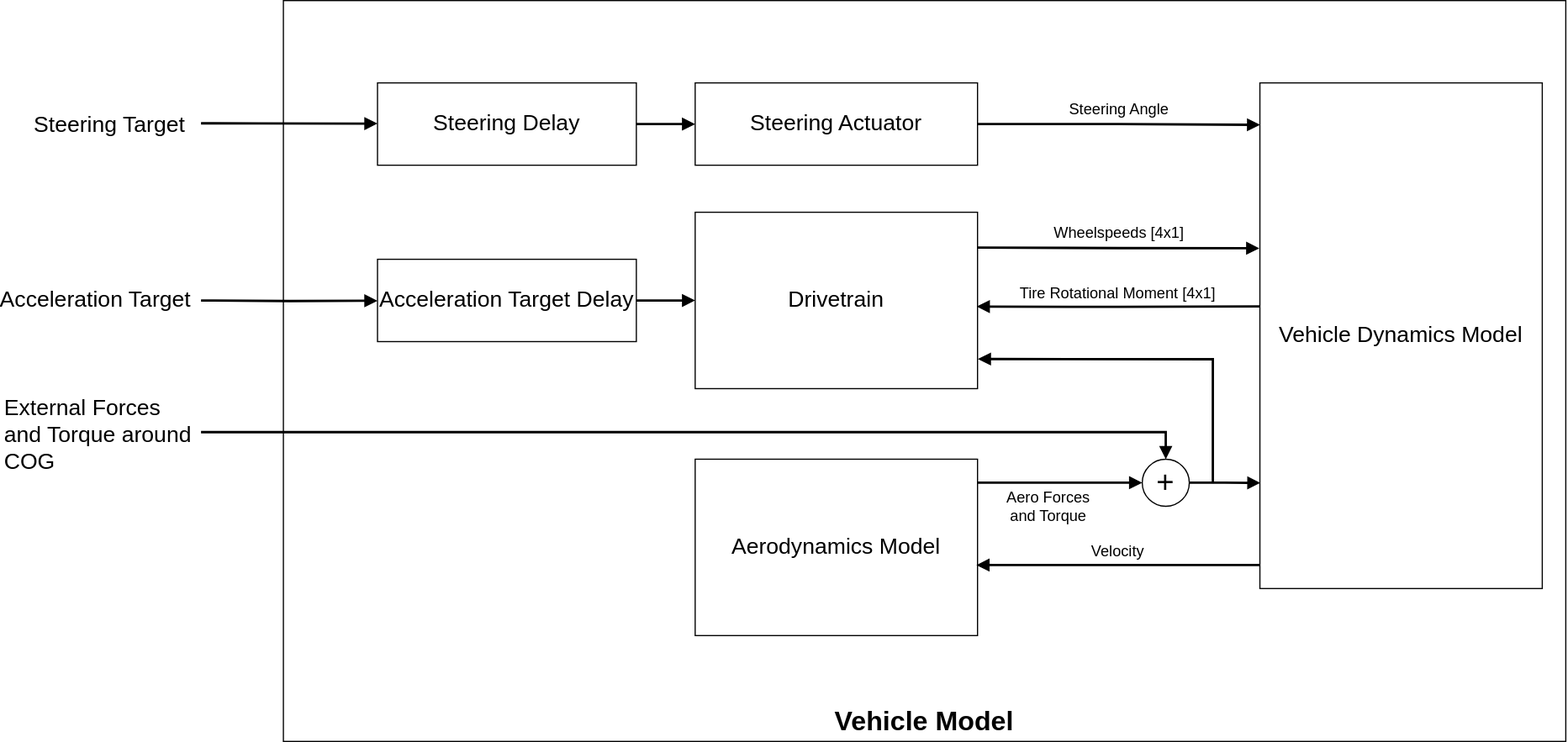
Before: doc/Model_Composition.drawio.svg, a diagram exported from draw.io (TUMFTM/Open-Car-Dynamics). Source tidied: cells renumbered, new cells last; positions are measured from the earlier drawing's top-left corner, leaving out a move shared by most shapes.
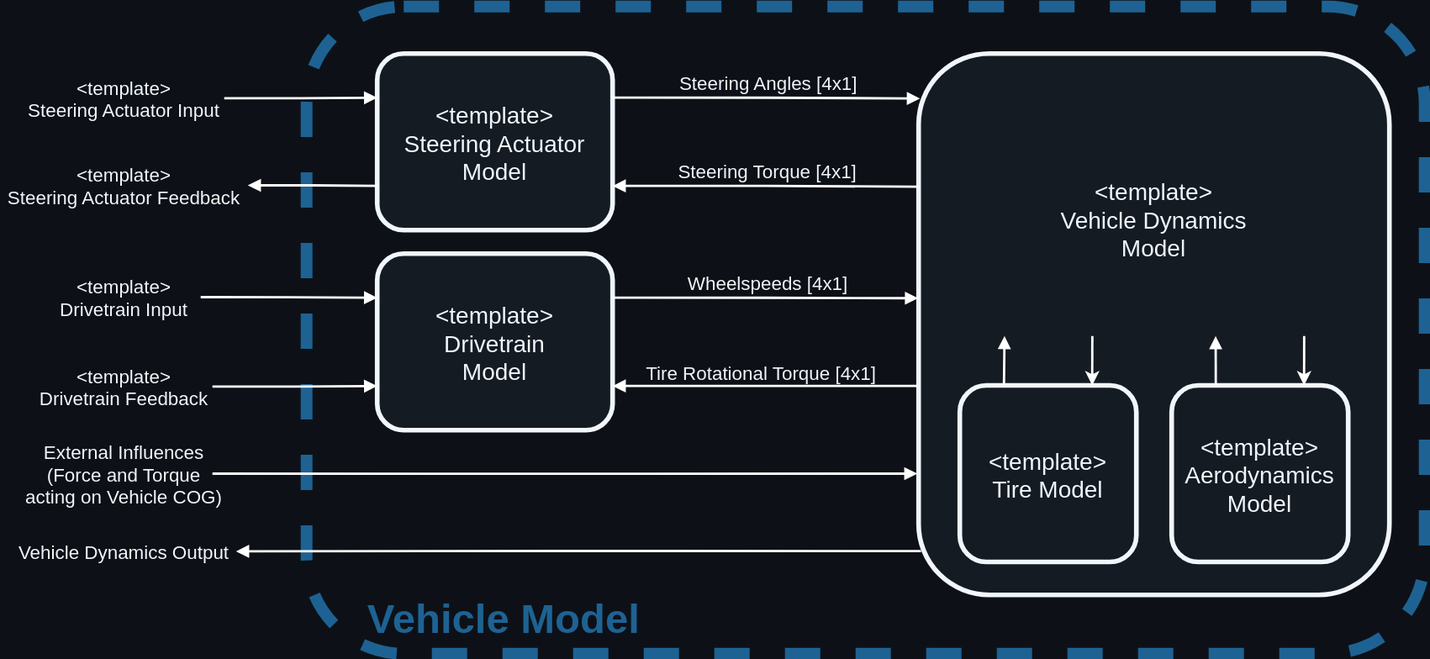
The same diagram one commit later.

The edit, as a diff of the source:
```diff
@@ -1,137 +1,108 @@
-<mxGraphModel background="#FFFFFF">
+<mxGraphModel background="#0D1117">
   <root>
     <mxCell id="0" />
     <mxCell id="1" parent="0" />
-    <mxCell id="2" value="&lt;font style=&quot;font-size: 23px;&quot;&gt;&lt;b&gt;Vehicle Model&lt;/b&gt;&lt;/font&gt;" style="rounded=0;whiteSpace=wrap;html=1;verticalAlign=bottom;align=center;fontSize=19;" parent="1" vertex="1">
-      <mxGeometry x="70" width="1090" height="630" as="geometry" />
+    <mxCell id="2" value="Vehicle Model" style="rounded=1;fontSize=35;fillColor=none;fontColor=#1E6293;verticalAlign=bottom;strokeColor=#1E6293;dashed=1;strokeWidth=10;fontStyle=1;spacingBottom=12;spacingRight=0;align=left;spacingLeft=50;" parent="1" vertex="1">
+      <mxGeometry x="380" y="30" width="950" height="550" as="geometry" />
     </mxCell>
-    <mxCell id="3" value="Steering Actuator" style="rounded=0;whiteSpace=wrap;html=1;fontSize=19;" parent="1" vertex="1">
-      <mxGeometry x="420" y="70" width="240" height="70" as="geometry" />
+    <mxCell id="3" value="&lt;template&gt;&#10;Steering Actuator&#10;Model" style="rounded=1;fontSize=20;fillColor=#151B23;fontColor=#F0F6FC;strokeColor=#F0F6FC;strokeWidth=4;align=center;verticalAlign=middle;fontFamily=Helvetica;fontStyle=0;" parent="1" vertex="1">
+      <mxGeometry x="440" y="70" width="200" height="150" as="geometry" />
     </mxCell>
-    <mxCell id="4" value="Drivetrain" style="rounded=0;whiteSpace=wrap;html=1;fontSize=19;" parent="1" vertex="1">
-      <mxGeometry x="420" y="180" width="240" height="150" as="geometry" />
+    <mxCell id="4" value="&lt;template&gt;&#10;Drivetrain&#10;Model" style="rounded=1;fontSize=20;fillColor=#151B23;fontColor=#F0F6FC;strokeColor=#F0F6FC;strokeWidth=4;align=center;verticalAlign=middle;fontFamily=Helvetica;fontStyle=0;" parent="1" vertex="1">
+      <mxGeometry x="440" y="240" width="200" height="150" as="geometry" />
     </mxCell>
-    <mxCell id="5" value="Vehicle Dynamics Model" style="rounded=0;whiteSpace=wrap;html=1;fontSize=19;" parent="1" vertex="1">
-      <mxGeometry x="900" y="70" width="240" height="430" as="geometry" />
+    <mxCell id="5" value="&lt;template&gt;&#10;Vehicle Dynamics&#10;Model" style="rounded=1;fontSize=20;fillColor=#151B23;fontColor=#F0F6FC;strokeColor=#F0F6FC;strokeWidth=4;fontStyle=0;spacingBottom=180;" parent="1" vertex="1">
+      <mxGeometry x="900" y="70" width="400" height="460" as="geometry" />
     </mxCell>
-    <mxCell id="6" value="Aerodynamics Model" style="rounded=0;whiteSpace=wrap;html=1;fontSize=19;" parent="1" vertex="1">
-      <mxGeometry x="420" y="390" width="240" height="150" as="geometry" />
-    </mxCell>
-    <mxCell id="7" style="edgeStyle=orthogonalEdgeStyle;rounded=0;jettySize=auto;html=1;strokeColor=default;strokeWidth=2;align=center;verticalAlign=middle;fontFamily=Helvetica;fontSize=11;fontColor=default;labelBackgroundColor=default;endArrow=block;endFill=1;" parent="1" edge="1" source="8" target="3">
-      <mxGeometry relative="1" as="geometry" />
-    </mxCell>
-    <mxCell id="8" value="Steering Delay" style="rounded=0;whiteSpace=wrap;html=1;fontSize=19;" parent="1" vertex="1">
-      <mxGeometry x="150" y="70" width="220" height="70" as="geometry" />
-    </mxCell>
-    <mxCell id="9" style="edgeStyle=orthogonalEdgeStyle;rounded=0;jettySize=auto;html=1;strokeColor=default;strokeWidth=2;align=center;verticalAlign=middle;fontFamily=Helvetica;fontSize=11;fontColor=default;labelBackgroundColor=default;endArrow=block;endFill=1;" parent="1" edge="1" source="10" target="4">
-      <mxGeometry relative="1" as="geometry" />
-    </mxCell>
-    <mxCell id="10" value="Acceleration Target Delay" style="rounded=0;whiteSpace=wrap;html=1;fontSize=19;" parent="1" vertex="1">
-      <mxGeometry x="150" y="220" width="220" height="70" as="geometry" />
-    </mxCell>
-    <mxCell id="11" style="edgeStyle=orthogonalEdgeStyle;rounded=0;jettySize=auto;html=1;exitX=1;exitY=0.5;exitDx=0;exitDy=0;entryX=0.001;entryY=0.083;entryDx=0;entryDy=0;entryPerimeter=0;strokeWidth=2;endArrow=block;endFill=1;" parent="1" edge="1" source="3" target="5">
+    <mxCell id="11" style="edgeStyle=orthogonalEdgeStyle;rounded=0;jettySize=auto;exitX=1;exitY=0.25;exitDx=0;exitDy=0;entryX=0.003;entryY=0.083;entryDx=0;entryDy=0;entryPerimeter=0;strokeWidth=2;endArrow=block;endFill=1;strokeColor=#FFFFFF;fontColor=#F0F6FC;" parent="1" edge="1" source="3" target="5">
       <mxGeometry relative="1" as="geometry" />
     </mxCell>
-    <mxCell id="12" value="Steering Angle" style="edgeLabel;html=1;align=center;verticalAlign=middle;fontSize=13;" parent="11" vertex="1">
+    <mxCell id="12" value="Steering Angles [4x1] " style="edgeLabel;align=center;verticalAlign=middle;fontSize=16;labelBackgroundColor=none;fontColor=#F0F6FC;" parent="11" vertex="1">
       <mxGeometry x="0.22" y="2" relative="1" as="geometry">
         <mxPoint x="-27" y="-12" as="offset" />
       </mxGeometry>
     </mxCell>
-    <mxCell id="13" style="edgeStyle=orthogonalEdgeStyle;rounded=0;jettySize=auto;html=1;exitX=1;exitY=0.5;exitDx=0;exitDy=0;entryX=-0.002;entryY=0.327;entryDx=0;entryDy=0;entryPerimeter=0;strokeWidth=2;endArrow=block;endFill=1;" parent="1" edge="1" target="5">
-      <mxGeometry relative="1" as="geometry">
-        <mxPoint x="660" y="210" as="sourcePoint" />
-      </mxGeometry>
+    <mxCell id="13" style="edgeStyle=orthogonalEdgeStyle;rounded=0;jettySize=auto;exitX=1;exitY=0.25;exitDx=0;exitDy=0;strokeWidth=2;endArrow=block;endFill=1;entryX=-0.001;entryY=0.452;entryDx=0;entryDy=0;entryPerimeter=0;strokeColor=#FFFFFF;fontColor=#F0F6FC;" parent="1" edge="1" source="4" target="5">
+      <mxGeometry relative="1" as="geometry" />
     </mxCell>
-    <mxCell id="14" value="Wheelspeeds [4x1]" style="edgeLabel;html=1;align=center;verticalAlign=middle;fontSize=13;" parent="13" vertex="1">
+    <mxCell id="14" value="Wheelspeeds [4x1]" style="edgeLabel;align=center;verticalAlign=middle;fontSize=16;labelBackgroundColor=none;fontColor=#F0F6FC;" parent="13" vertex="1">
       <mxGeometry x="0.22" y="2" relative="1" as="geometry">
         <mxPoint x="-27" y="-12" as="offset" />
       </mxGeometry>
     </mxCell>
-    <mxCell id="15" style="edgeStyle=orthogonalEdgeStyle;rounded=0;orthogonalLoop=1;jettySize=auto;html=1;exitX=0.003;exitY=0.517;exitDx=0;exitDy=0;entryX=1;entryY=0.75;entryDx=0;entryDy=0;strokeWidth=2;endArrow=block;endFill=1;exitPerimeter=0;" parent="1" edge="1">
-      <mxGeometry relative="1" as="geometry">
-        <mxPoint x="900" y="260" as="sourcePoint" />
-        <mxPoint x="659.3" y="260.2" as="targetPoint" />
-      </mxGeometry>
+    <mxCell id="15" style="edgeStyle=orthogonalEdgeStyle;rounded=0;jettySize=auto;exitX=-0.004;exitY=0.614;exitDx=0;exitDy=0;entryX=1;entryY=0.75;entryDx=0;entryDy=0;strokeWidth=2;endArrow=block;endFill=1;exitPerimeter=0;strokeColor=#FFFFFF;fontColor=#F0F6FC;" parent="1" edge="1" source="5" target="4">
+      <mxGeometry relative="1" as="geometry" />
     </mxCell>
-    <mxCell id="16" value="Tire Rotational Moment [4x1]" style="edgeLabel;html=1;align=center;verticalAlign=middle;fontSize=13;" parent="15" vertex="1">
+    <mxCell id="16" value="Tire Rotational Torque [4x1]" style="edgeLabel;align=center;verticalAlign=middle;fontSize=16;labelBackgroundColor=none;fontColor=#F0F6FC;" parent="15" vertex="1">
       <mxGeometry x="0.22" y="2" relative="1" as="geometry">
         <mxPoint x="26" y="-14" as="offset" />
       </mxGeometry>
     </mxCell>
-    <mxCell id="17" style="edgeStyle=orthogonalEdgeStyle;rounded=0;orthogonalLoop=1;jettySize=auto;html=1;exitX=1;exitY=0.5;exitDx=0;exitDy=0;strokeWidth=2;endArrow=block;endFill=1;" parent="1" edge="1">
-      <mxGeometry relative="1" as="geometry">
-        <mxPoint x="660" y="410" as="sourcePoint" />
-        <mxPoint x="800" y="410" as="targetPoint" />
-      </mxGeometry>
-    </mxCell>
-    <mxCell id="18" value="Aero Forces&lt;br&gt;and Torque" style="edgeLabel;html=1;align=center;verticalAlign=middle;fontSize=13;" parent="17" vertex="1">
-      <mxGeometry x="0.22" y="2" relative="1" as="geometry">
-        <mxPoint x="-26" y="22" as="offset" />
-      </mxGeometry>
-    </mxCell>
-    <mxCell id="19" value="+" style="ellipse;whiteSpace=wrap;html=1;fontSize=26;" parent="1" vertex="1">
-      <mxGeometry x="800" y="390" width="40" height="40" as="geometry" />
-    </mxCell>
-    <mxCell id="20" style="edgeStyle=orthogonalEdgeStyle;rounded=0;jettySize=auto;html=1;strokeWidth=2;endArrow=block;endFill=1;entryX=0.5;entryY=0;entryDx=0;entryDy=0;" parent="1" edge="1" target="19">
+    <mxCell id="20" style="edgeStyle=orthogonalEdgeStyle;rounded=0;jettySize=auto;strokeWidth=2;endArrow=block;endFill=1;exitX=1;exitY=0.5;exitDx=0;exitDy=0;strokeColor=#FFFFFF;fontColor=#F0F6FC;" parent="1" edge="1" source="39">
       <mxGeometry relative="1" as="geometry">
-        <mxPoint y="367" as="sourcePoint" />
-        <Array as="points">
-          <mxPoint x="820" y="367" />
-        </Array>
+        <mxPoint x="899" y="427" as="targetPoint" />
       </mxGeometry>
     </mxCell>
-    <mxCell id="21" value="External Forces&lt;br style=&quot;font-size: 19px;&quot;&gt;and Torque around&lt;br&gt;COG" style="edgeLabel;html=1;align=left;verticalAlign=middle;fontSize=19;" parent="20" vertex="1">
-      <mxGeometry x="0.22" y="2" relative="1" as="geometry">
-        <mxPoint x="-685" y="5" as="offset" />
-      </mxGeometry>
-    </mxCell>
-    <mxCell id="22" style="edgeStyle=orthogonalEdgeStyle;rounded=0;jettySize=auto;html=1;exitX=1;exitY=0.5;exitDx=0;exitDy=0;strokeWidth=2;endArrow=block;endFill=1;entryX=0.002;entryY=0.791;entryDx=0;entryDy=0;entryPerimeter=0;" parent="1" edge="1" source="19" target="5">
-      <mxGeometry relative="1" as="geometry" />
-    </mxCell>
-    <mxCell id="23" style="edgeStyle=orthogonalEdgeStyle;rounded=0;orthogonalLoop=1;jettySize=auto;html=1;exitX=0.003;exitY=0.517;exitDx=0;exitDy=0;entryX=1;entryY=0.75;entryDx=0;entryDy=0;strokeWidth=2;endArrow=block;endFill=1;exitPerimeter=0;" parent="1" edge="1">
-      <mxGeometry relative="1" as="geometry">
-        <mxPoint x="900" y="480" as="sourcePoint" />
-        <mxPoint x="659" y="480" as="targetPoint" />
-      </mxGeometry>
-    </mxCell>
-    <mxCell id="24" value="Velocity" style="edgeLabel;html=1;align=center;verticalAlign=middle;fontSize=13;" parent="23" vertex="1">
-      <mxGeometry x="0.22" y="2" relative="1" as="geometry">
-        <mxPoint x="26" y="-14" as="offset" />
-      </mxGeometry>
-    </mxCell>
-    <mxCell id="25" style="edgeStyle=orthogonalEdgeStyle;rounded=0;orthogonalLoop=1;jettySize=auto;html=1;entryX=-0.002;entryY=0.327;entryDx=0;entryDy=0;entryPerimeter=0;strokeWidth=2;endArrow=block;endFill=1;" parent="1" edge="1">
-      <mxGeometry relative="1" as="geometry">
-        <mxPoint y="255" as="sourcePoint" />
-        <mxPoint x="150" y="255.2" as="targetPoint" />
-      </mxGeometry>
-    </mxCell>
-    <mxCell id="26" value="Acceleration Target" style="edgeLabel;html=1;align=center;verticalAlign=middle;fontSize=19;" parent="25" vertex="1">
-      <mxGeometry x="0.22" y="2" relative="1" as="geometry">
-        <mxPoint x="-182" y="1" as="offset" />
-      </mxGeometry>
-    </mxCell>
-    <mxCell id="27" style="edgeStyle=orthogonalEdgeStyle;rounded=0;orthogonalLoop=1;jettySize=auto;html=1;entryX=-0.002;entryY=0.327;entryDx=0;entryDy=0;entryPerimeter=0;strokeWidth=2;endArrow=block;endFill=1;" parent="1" edge="1">
-      <mxGeometry relative="1" as="geometry">
-        <mxPoint y="104.4" as="sourcePoint" />
-        <mxPoint x="150" y="104.6" as="targetPoint" />
-        <Array as="points">
-          <mxPoint x="50" y="104.4" />
-          <mxPoint x="50" y="104.4" />
-        </Array>
-      </mxGeometry>
+    <mxCell id="27" style="edgeStyle=orthogonalEdgeStyle;rounded=0;jettySize=auto;entryX=0;entryY=0.25;entryDx=0;entryDy=0;strokeWidth=2;endArrow=block;endFill=1;spacing=5;exitX=1;exitY=0.5;exitDx=0;exitDy=0;strokeColor=#FFFFFF;fontColor=#F0F6FC;" parent="1" edge="1" source="33" target="3">
+      <mxGeometry relative="1" as="geometry" />
     </mxCell>
-    <mxCell id="28" value="Steering Target" style="edgeLabel;html=1;align=center;verticalAlign=middle;fontSize=19;" parent="27" vertex="1">
-      <mxGeometry x="0.22" y="2" relative="1" as="geometry">
-        <mxPoint x="-171" y="3" as="offset" />
-      </mxGeometry>
-    </mxCell>
-    <mxCell id="29" style="endArrow=block;html=1;rounded=0;entryX=1.001;entryY=0.832;entryDx=0;entryDy=0;strokeColor=default;strokeWidth=2;align=center;verticalAlign=middle;fontFamily=Helvetica;fontSize=11;fontColor=default;labelBackgroundColor=default;endFill=1;entryPerimeter=0;" parent="1" edge="1" target="4">
-      <mxGeometry relative="1" as="geometry">
-        <mxPoint x="860" y="410" as="sourcePoint" />
-        <Array as="points">
-          <mxPoint x="860" y="305" />
-        </Array>
-      </mxGeometry>
-    </mxCell>
+    <mxCell id="30" style="edgeStyle=orthogonalEdgeStyle;rounded=0;jettySize=auto;exitX=1;exitY=0.75;exitDx=0;exitDy=0;entryX=0;entryY=0.246;entryDx=0;entryDy=0;strokeWidth=2;endArrow=none;endFill=0;startArrow=block;startFill=1;entryPerimeter=0;strokeColor=#FFFFFF;fontColor=#F0F6FC;" parent="1" edge="1" source="3" target="5">
+      <mxGeometry relative="1" as="geometry" />
+    </mxCell>
+    <mxCell id="31" value="Steering Torque [4x1] " style="edgeLabel;align=center;verticalAlign=middle;fontSize=16;labelBackgroundColor=none;fontColor=#F0F6FC;" parent="30" vertex="1">
+      <mxGeometry x="0.22" y="2" relative="1" as="geometry">
+        <mxPoint x="-27" y="-12" as="offset" />
+      </mxGeometry>
+    </mxCell>
+    <mxCell id="32" style="edgeStyle=orthogonalEdgeStyle;rounded=0;jettySize=auto;entryX=0;entryY=0.75;entryDx=0;entryDy=0;strokeWidth=2;endArrow=none;endFill=0;spacing=5;exitX=1;exitY=0.5;exitDx=0;exitDy=0;startArrow=block;startFill=1;strokeColor=#FFFFFF;fontColor=#F0F6FC;" parent="1" edge="1" source="34" target="3">
+      <mxGeometry relative="1" as="geometry" />
+    </mxCell>
+    <mxCell id="33" value="&lt;template&gt;&#10;Steering Actuator Input" style="text;align=center;verticalAlign=middle;rounded=0;fontSize=16;fillColor=none;labelBackgroundColor=none;fontColor=#F0F6FC;fontStyle=0;" parent="1" vertex="1">
+      <mxGeometry x="140" y="88" width="170" height="40" as="geometry" />
+    </mxCell>
+    <mxCell id="34" value="&lt;template&gt;&#10;Steering Actuator Feedback" style="text;align=center;verticalAlign=middle;rounded=0;fontSize=16;fillColor=none;labelBackgroundColor=none;fontColor=#F0F6FC;fontStyle=0;" parent="1" vertex="1">
+      <mxGeometry x="120" y="162" width="210" height="40" as="geometry" />
+    </mxCell>
+    <mxCell id="35" style="edgeStyle=orthogonalEdgeStyle;rounded=0;jettySize=auto;entryX=0;entryY=0.25;entryDx=0;entryDy=0;strokeWidth=2;endArrow=block;endFill=1;spacing=5;exitX=1;exitY=0.5;exitDx=0;exitDy=0;strokeColor=#FFFFFF;fontColor=#F0F6FC;" parent="1" edge="1" source="36" target="4">
+      <mxGeometry relative="1" as="geometry" />
+    </mxCell>
+    <mxCell id="36" value="&lt;template&gt;&#10;Drivetrain Input" style="text;align=center;verticalAlign=middle;rounded=0;fontSize=16;fillColor=none;labelBackgroundColor=none;fontColor=#F0F6FC;fontStyle=0;" parent="1" vertex="1">
+      <mxGeometry x="160" y="254" width="130" height="46" as="geometry" />
+    </mxCell>
+    <mxCell id="37" value="&lt;template&gt;&#10;Drivetrain Feedback" style="text;align=center;verticalAlign=middle;rounded=0;fontSize=16;fillColor=none;labelBackgroundColor=none;fontColor=#F0F6FC;fontStyle=0;" parent="1" vertex="1">
+      <mxGeometry x="150" y="326" width="150" height="54" as="geometry" />
+    </mxCell>
+    <mxCell id="38" style="edgeStyle=orthogonalEdgeStyle;rounded=0;jettySize=auto;entryX=0;entryY=0.75;entryDx=0;entryDy=0;strokeWidth=2;endArrow=block;endFill=1;spacing=5;exitX=1;exitY=0.5;exitDx=0;exitDy=0;strokeColor=#FFFFFF;fontColor=#F0F6FC;" parent="1" edge="1" source="37" target="4">
+      <mxGeometry relative="1" as="geometry" />
+    </mxCell>
+    <mxCell id="39" value="External Influences&#10;(Force and Torque &#10;acting on Vehicle COG)" style="text;align=center;verticalAlign=middle;rounded=0;fontSize=16;fillColor=none;labelBackgroundColor=none;fontColor=#F0F6FC;" parent="1" vertex="1">
+      <mxGeometry x="150" y="400" width="150" height="54" as="geometry" />
+    </mxCell>
+    <mxCell id="40" style="edgeStyle=orthogonalEdgeStyle;rounded=0;jettySize=auto;strokeWidth=2;endArrow=block;endFill=1;exitX=0.005;exitY=0.919;exitDx=0;exitDy=0;exitPerimeter=0;entryX=1;entryY=0.5;entryDx=0;entryDy=0;strokeColor=#FFFFFF;fontColor=#F0F6FC;" parent="1" edge="1" source="5" target="41">
+      <mxGeometry relative="1" as="geometry" />
+    </mxCell>
+    <mxCell id="41" value="Vehicle Dynamics Output" style="text;align=center;verticalAlign=middle;rounded=0;fontSize=16;fillColor=none;labelBackgroundColor=none;fontColor=#F0F6FC;" parent="1" vertex="1">
+      <mxGeometry x="130" y="466" width="190" height="54" as="geometry" />
+    </mxCell>
+    <mxCell id="42" value="&lt;template&gt;&#10;Tire Model" style="rounded=1;fontSize=20;fillColor=#151B23;fontColor=#F0F6FC;strokeColor=#F0F6FC;strokeWidth=4;align=center;verticalAlign=middle;fontFamily=Helvetica;fontStyle=0;" parent="1" vertex="1">
+      <mxGeometry x="935" y="352" width="150" height="150" as="geometry" />
+    </mxCell>
+    <mxCell id="6" value="&lt;template&gt;&#10;Aerodynamics&#10;Model" style="rounded=1;fontSize=20;fillColor=#151B23;fontColor=#F0F6FC;strokeColor=#F0F6FC;strokeWidth=4;align=center;verticalAlign=middle;fontFamily=Helvetica;fontStyle=0;" parent="1" vertex="1">
+      <mxGeometry x="1115" y="352" width="150" height="150" as="geometry" />
+    </mxCell>
+    <mxCell id="43" style="edgeStyle=none;html=1;exitX=0.25;exitY=0;exitDx=0;exitDy=0;rounded=0;strokeColor=#FFFFFF;strokeWidth=2;align=center;verticalAlign=middle;fontFamily=Helvetica;fontSize=11;fontColor=#F0F6FC;labelBackgroundColor=default;endArrow=block;endFill=1;" parent="1" edge="1" source="42">
+      <mxGeometry relative="1" as="geometry">
+        <mxPoint x="973" y="310" as="targetPoint" />
+      </mxGeometry>
+    </mxCell>
+    <mxCell id="44" style="edgeStyle=none;html=1;exitX=0.75;exitY=0;exitDx=0;exitDy=0;entryX=0.369;entryY=0.522;entryDx=0;entryDy=0;entryPerimeter=0;endArrow=none;endFill=0;startArrow=classic;startFill=1;rounded=0;strokeColor=#FFFFFF;strokeWidth=2;align=center;verticalAlign=middle;fontFamily=Helvetica;fontSize=11;fontColor=#F0F6FC;labelBackgroundColor=default;" parent="1" edge="1" source="42" target="5">
+      <mxGeometry relative="1" as="geometry" />
+    </mxCell>
+    <mxCell id="45" style="edgeStyle=none;html=1;exitX=0.25;exitY=0;exitDx=0;exitDy=0;entryX=0.631;entryY=0.522;entryDx=0;entryDy=0;entryPerimeter=0;rounded=0;strokeColor=#FFFFFF;strokeWidth=2;align=center;verticalAlign=middle;fontFamily=Helvetica;fontSize=11;fontColor=#F0F6FC;labelBackgroundColor=default;endArrow=block;endFill=1;" parent="1" edge="1" source="6" target="5">
+      <mxGeometry relative="1" as="geometry" />
+    </mxCell>
+    <mxCell id="46" style="edgeStyle=none;html=1;exitX=0.75;exitY=0;exitDx=0;exitDy=0;entryX=0.819;entryY=0.522;entryDx=0;entryDy=0;entryPerimeter=0;startArrow=classic;startFill=1;endArrow=none;endFill=0;rounded=0;strokeColor=#FFFFFF;strokeWidth=2;align=center;verticalAlign=middle;fontFamily=Helvetica;fontSize=11;fontColor=#F0F6FC;labelBackgroundColor=default;" parent="1" edge="1" source="6" target="5">
+      <mxGeometry relative="1" as="geometry" />
+    </mxCell>
   </root>
 </mxGraphModel>
```
